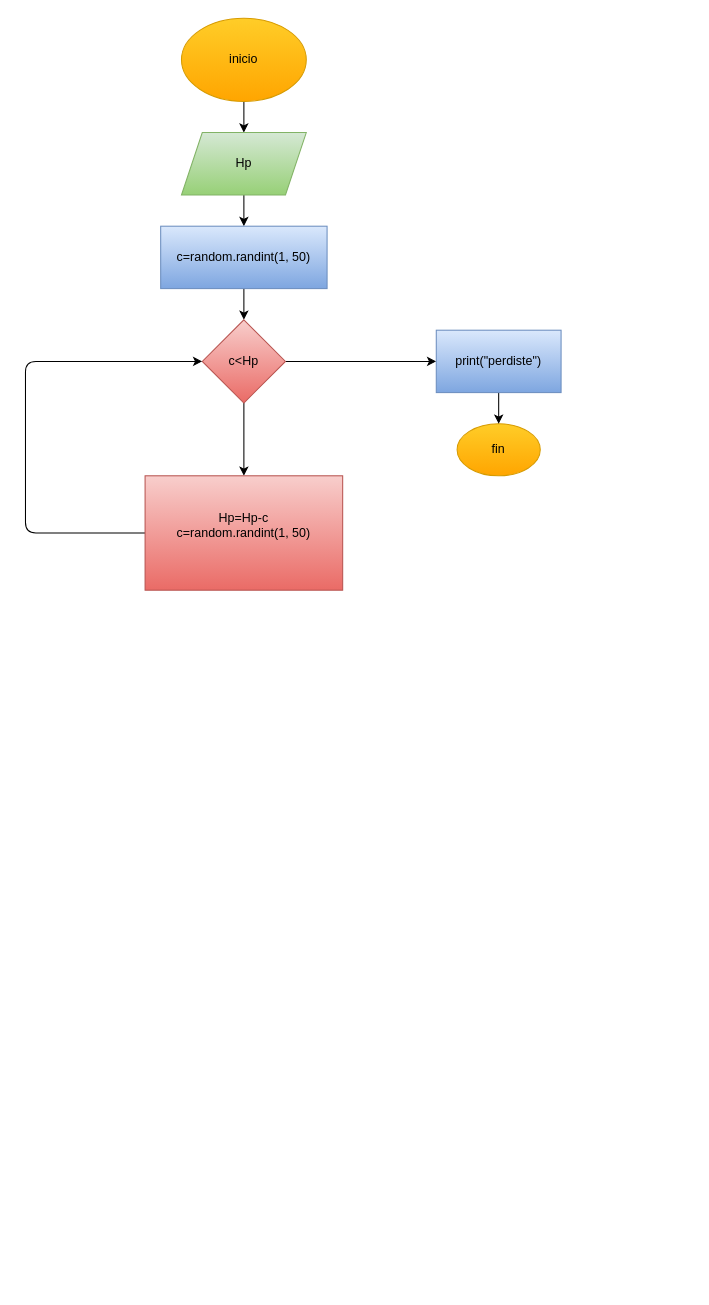
This is ejercicio 2/diagrama.drawio from JuanManuelDiazOchoa680/Taller-instrucci-n-repetitiva-while, a draw.io file, before an edit. Source tidied: cells renumbered, new cells numbered last; positions are measured from the earlier drawing's top-left corner, leaving out a move shared by most shapes. Both pictures are drawn from the tidied source at 104%, with x=0, y=0 at pixel (25, 18).
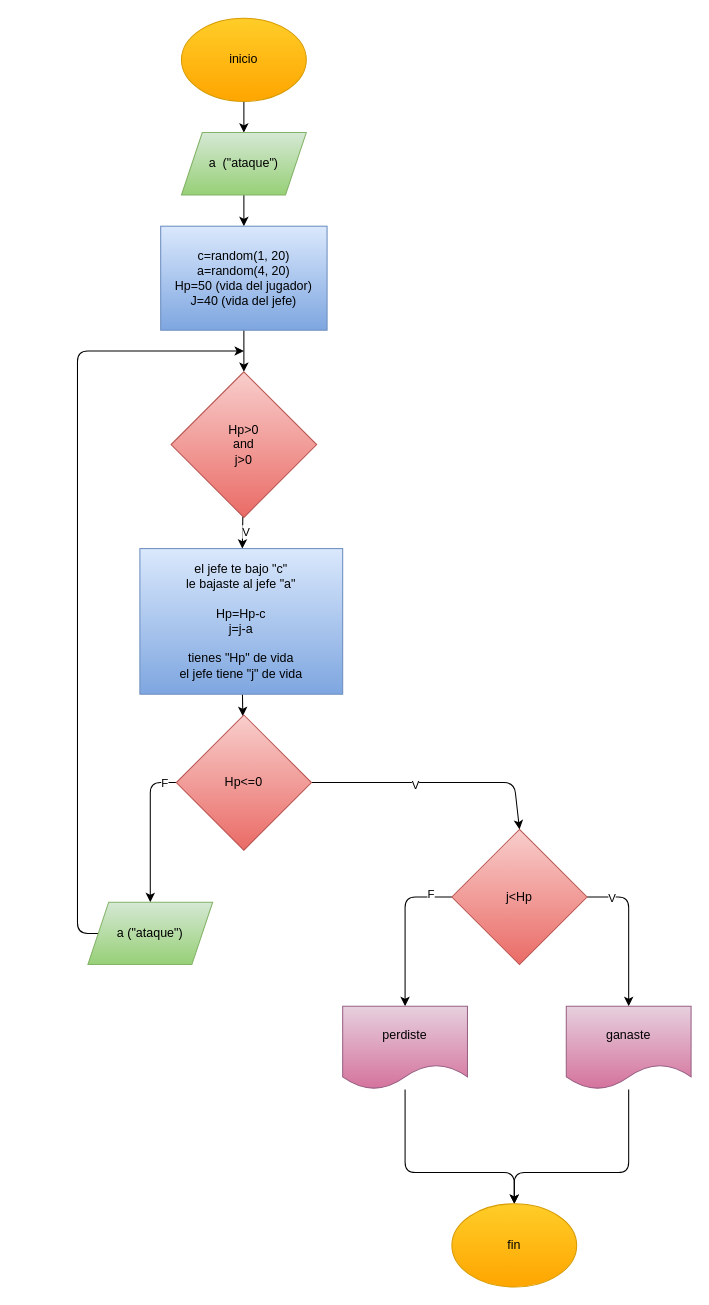
After the change.

The edit, as a diff of the source:
```diff
@@
-    <mxCell id="5" value="Hp" style="shape=parallelogram;perimeter=parallelogramPerimeter;whiteSpace=wrap;html=1;fixedSize=1;fillColor=#d5e8d4;gradientColor=#97d077;strokeColor=#82b366;" parent="1" vertex="1">
+    <mxCell id="5" value="a&amp;nbsp; (&quot;ataque&quot;)" style="shape=parallelogram;perimeter=parallelogramPerimeter;whiteSpace=wrap;html=1;fixedSize=1;fillColor=#d5e8d4;gradientColor=#97d077;strokeColor=#82b366;" parent="1" vertex="1">
       <mxGeometry x="150" y="110" width="120" height="60" as="geometry" />
     </mxCell>
-    <mxCell id="6" style="edgeStyle=none;html=1;" parent="1" edge="1" source="7" target="10">
-      <mxGeometry relative="1" as="geometry" />
-    </mxCell>
+    <mxCell id="16" style="edgeStyle=none;html=1;" parent="1" edge="1" source="7" target="19">
+      <mxGeometry relative="1" as="geometry" />
+    </mxCell>
-    <mxCell id="7" value="c=random.randint(1, 50)" style="whiteSpace=wrap;html=1;fillColor=#dae8fc;gradientColor=#7ea6e0;strokeColor=#6c8ebf;" parent="1" vertex="1">
-      <mxGeometry x="130" y="200" width="160" height="60" as="geometry" />
+    <mxCell id="7" value="c=random(1, 20)&lt;div&gt;&lt;span style=&quot;color: rgb(0, 0, 0);&quot;&gt;a=random(4, 20)&lt;/span&gt;&lt;/div&gt;&lt;div&gt;&lt;span style=&quot;color: rgb(0, 0, 0);&quot;&gt;Hp=50 (vida del jugador)&lt;/span&gt;&lt;/div&gt;&lt;div&gt;&lt;span style=&quot;color: rgb(0, 0, 0);&quot;&gt;J=40 (vida del jefe)&lt;/span&gt;&lt;/div&gt;" style="whiteSpace=wrap;html=1;fillColor=#dae8fc;gradientColor=#7ea6e0;strokeColor=#6c8ebf;" parent="1" vertex="1">
+      <mxGeometry x="130" y="200" width="160" height="100" as="geometry" />
     </mxCell>
-    <mxCell id="8" style="edgeStyle=none;html=1;" parent="1" edge="1" source="10" target="14">
-      <mxGeometry relative="1" as="geometry" />
-    </mxCell>
-    <mxCell id="9" style="edgeStyle=none;html=1;" parent="1" edge="1" source="10" target="15">
-      <mxGeometry relative="1" as="geometry" />
-    </mxCell>
-    <mxCell id="10" value="c&amp;lt;Hp" style="rhombus;whiteSpace=wrap;html=1;fillColor=#f8cecc;gradientColor=#ea6b66;strokeColor=#b85450;" parent="1" vertex="1">
-      <mxGeometry x="170" y="290" width="80" height="80" as="geometry" />
-    </mxCell>
-    <mxCell id="11" style="edgeStyle=none;html=1;entryX=0;entryY=0.5;entryDx=0;entryDy=0;exitX=0;exitY=0.5;exitDx=0;exitDy=0;" parent="1" edge="1" source="15" target="10">
-      <mxGeometry relative="1" as="geometry">
-        <Array as="points">
-          <mxPoint y="495" />
-          <mxPoint y="330" />
-        </Array>
-      </mxGeometry>
-    </mxCell>
+    <mxCell id="17" style="edgeStyle=none;html=1;" parent="1" edge="1" source="19" target="21">
+      <mxGeometry relative="1" as="geometry" />
+    </mxCell>
+    <mxCell id="18" value="V" style="edgeLabel;html=1;align=center;verticalAlign=middle;" parent="17" vertex="1">
+      <mxGeometry x="-0.1" y="3" relative="1" as="geometry" />
+    </mxCell>
+    <mxCell id="19" value="Hp&amp;gt;0&lt;div&gt;and&lt;/div&gt;&lt;div&gt;j&amp;gt;0&lt;/div&gt;" style="rhombus;whiteSpace=wrap;html=1;fillColor=#f8cecc;strokeColor=#b85450;gradientColor=#ea6b66;" parent="1" vertex="1">
+      <mxGeometry x="140" y="340" width="140" height="140" as="geometry" />
+    </mxCell>
+    <mxCell id="20" style="edgeStyle=none;html=1;" parent="1" edge="1" source="21" target="26">
+      <mxGeometry relative="1" as="geometry" />
+    </mxCell>
+    <mxCell id="21" value="el jefe te bajo &quot;c&quot;&lt;div&gt;le bajaste al jefe &quot;a&quot;&lt;/div&gt;&lt;div&gt;&lt;br&gt;&lt;/div&gt;&lt;div&gt;Hp=Hp-c&lt;/div&gt;&lt;div&gt;j=j-a&lt;/div&gt;&lt;div&gt;&lt;br&gt;&lt;/div&gt;&lt;div&gt;tienes &quot;Hp&quot; de vida&lt;/div&gt;&lt;div&gt;el jefe tiene &quot;j&quot; de vida&lt;/div&gt;" style="whiteSpace=wrap;html=1;fillColor=#dae8fc;strokeColor=#6c8ebf;gradientColor=#7ea6e0;" parent="1" vertex="1">
+      <mxGeometry x="110" y="510" width="195" height="140" as="geometry" />
+    </mxCell>
+    <mxCell id="22" style="edgeStyle=none;html=1;entryX=0.5;entryY=0;entryDx=0;entryDy=0;" parent="1" edge="1" source="26" target="28">
+      <mxGeometry relative="1" as="geometry">
+        <Array as="points">
+          <mxPoint x="120" y="735" />
+        </Array>
+      </mxGeometry>
+    </mxCell>
+    <mxCell id="23" value="F" style="edgeLabel;html=1;align=center;verticalAlign=middle;" parent="22" vertex="1">
+      <mxGeometry x="-0.83" relative="1" as="geometry" />
+    </mxCell>
+    <mxCell id="24" style="edgeStyle=none;html=1;entryX=0.5;entryY=0;entryDx=0;entryDy=0;" parent="1" edge="1" source="26" target="33">
+      <mxGeometry relative="1" as="geometry">
+        <Array as="points">
+          <mxPoint x="470" y="735" />
+        </Array>
+      </mxGeometry>
+    </mxCell>
+    <mxCell id="25" value="V" style="edgeLabel;html=1;align=center;verticalAlign=middle;" parent="24" vertex="1">
+      <mxGeometry x="-0.18" y="-2" relative="1" as="geometry" />
+    </mxCell>
+    <mxCell id="26" value="Hp&amp;lt;=0" style="rhombus;whiteSpace=wrap;html=1;fillColor=#f8cecc;strokeColor=#b85450;gradientColor=#ea6b66;" parent="1" vertex="1">
+      <mxGeometry x="145" y="670" width="130" height="130" as="geometry" />
+    </mxCell>
+    <mxCell id="27" style="edgeStyle=none;html=1;" parent="1" edge="1" source="28">
+      <mxGeometry relative="1" as="geometry">
+        <mxPoint x="210" y="320" as="targetPoint" />
+        <Array as="points">
+          <mxPoint x="50" y="880" />
+          <mxPoint x="50" y="490" />
+          <mxPoint x="50" y="320" />
+        </Array>
+      </mxGeometry>
+    </mxCell>
+    <mxCell id="28" value="a (&quot;ataque&quot;)" style="shape=parallelogram;perimeter=parallelogramPerimeter;whiteSpace=wrap;html=1;fixedSize=1;fillColor=#d5e8d4;gradientColor=#97d077;strokeColor=#82b366;" parent="1" vertex="1">
+      <mxGeometry x="60" y="850" width="120" height="60" as="geometry" />
+    </mxCell>
+    <mxCell id="29" style="edgeStyle=none;html=1;" parent="1" edge="1" source="33" target="35">
+      <mxGeometry relative="1" as="geometry">
+        <Array as="points">
+          <mxPoint x="365" y="845" />
+        </Array>
+      </mxGeometry>
+    </mxCell>
+    <mxCell id="30" value="F" style="edgeLabel;html=1;align=center;verticalAlign=middle;" parent="29" vertex="1">
+      <mxGeometry x="-0.72" y="-4" relative="1" as="geometry" />
+    </mxCell>
+    <mxCell id="31" style="edgeStyle=none;html=1;" parent="1" edge="1" source="33" target="37">
+      <mxGeometry relative="1" as="geometry">
+        <Array as="points">
+          <mxPoint x="580" y="845" />
+        </Array>
+      </mxGeometry>
+    </mxCell>
+    <mxCell id="32" value="V" style="edgeLabel;html=1;align=center;verticalAlign=middle;" parent="31" vertex="1">
+      <mxGeometry x="-0.68" relative="1" as="geometry" />
+    </mxCell>
+    <mxCell id="33" value="j&amp;lt;Hp" style="rhombus;whiteSpace=wrap;html=1;fillColor=#f8cecc;strokeColor=#b85450;gradientColor=#ea6b66;" parent="1" vertex="1">
+      <mxGeometry x="410" y="780" width="130" height="130" as="geometry" />
+    </mxCell>
+    <mxCell id="34" style="edgeStyle=none;html=1;entryX=0.5;entryY=0;entryDx=0;entryDy=0;" parent="1" edge="1" source="35" target="12">
+      <mxGeometry relative="1" as="geometry">
+        <Array as="points">
+          <mxPoint x="365" y="1110" />
+          <mxPoint x="470" y="1110" />
+        </Array>
+      </mxGeometry>
+    </mxCell>
+    <mxCell id="35" value="perdiste" style="shape=document;whiteSpace=wrap;html=1;boundedLbl=1;fillColor=#e6d0de;strokeColor=#996185;gradientColor=#d5739d;" parent="1" vertex="1">
+      <mxGeometry x="305" y="950" width="120" height="80" as="geometry" />
+    </mxCell>
+    <mxCell id="36" style="edgeStyle=none;html=1;entryX=0.5;entryY=0;entryDx=0;entryDy=0;" parent="1" edge="1" source="37" target="12">
+      <mxGeometry relative="1" as="geometry">
+        <Array as="points">
+          <mxPoint x="580" y="1110" />
+          <mxPoint x="470" y="1110" />
+        </Array>
+      </mxGeometry>
+    </mxCell>
+    <mxCell id="37" value="ganaste" style="shape=document;whiteSpace=wrap;html=1;boundedLbl=1;fillColor=#e6d0de;strokeColor=#996185;gradientColor=#d5739d;" parent="1" vertex="1">
+      <mxGeometry x="520" y="950" width="120" height="80" as="geometry" />
+    </mxCell>
     <mxCell id="12" value="fin" style="ellipse;whiteSpace=wrap;html=1;fillColor=#ffcd28;gradientColor=#ffa500;strokeColor=#d79b00;" parent="1" vertex="1">
-      <mxGeometry x="415" y="390" width="80" height="50" as="geometry" />
+      <mxGeometry x="410" y="1140" width="120" height="80" as="geometry" />
     </mxCell>
-    <mxCell id="13" style="edgeStyle=none;html=1;" parent="1" edge="1" source="14" target="12">
-      <mxGeometry relative="1" as="geometry" />
-    </mxCell>
-    <mxCell id="14" value="print(&quot;perdiste&quot;)" style="whiteSpace=wrap;html=1;fillColor=#dae8fc;strokeColor=#6c8ebf;gradientColor=#7ea6e0;" parent="1" vertex="1">
-      <mxGeometry x="395" y="300" width="120" height="60" as="geometry" />
-    </mxCell>
-    <mxCell id="15" value="Hp=Hp-c&lt;div&gt;c=random.randint(1, 50)&lt;/div&gt;&lt;div&gt;&lt;br&gt;&lt;/div&gt;" style="whiteSpace=wrap;html=1;fillColor=#f8cecc;strokeColor=#b85450;gradientColor=#ea6b66;" parent="1" vertex="1">
-      <mxGeometry x="115" y="440" width="190" height="110" as="geometry" />
-    </mxCell>
```
